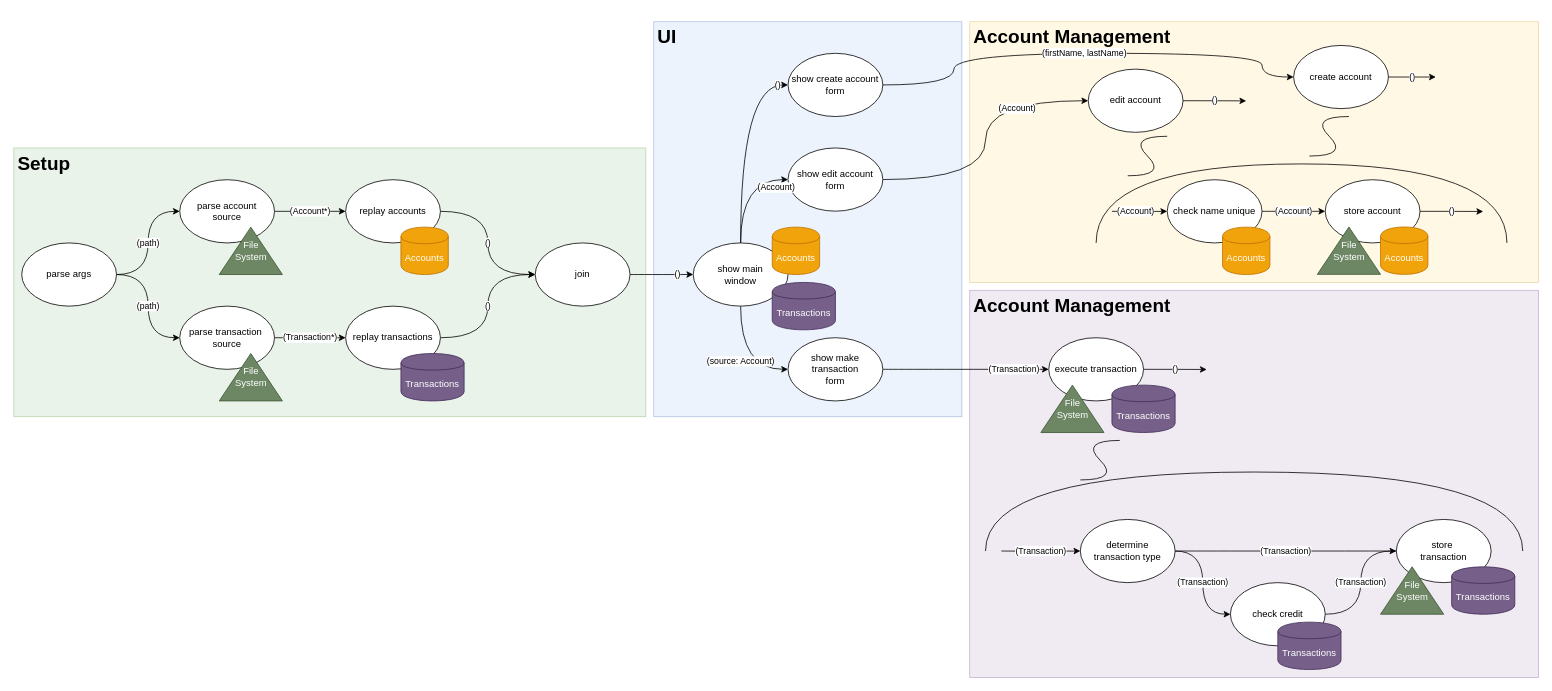
Before: ljw-client-flow-diagram.drawio in joshuaju/ljw-applications, a draw.io diagram. Source tidied: cells renumbered, new cells numbered last; positions are measured from the earlier drawing's top-left corner, leaving out a move shared by most shapes. Both pictures are drawn from the tidied source at 79%, with x=0, y=0 at pixel (13, 21).
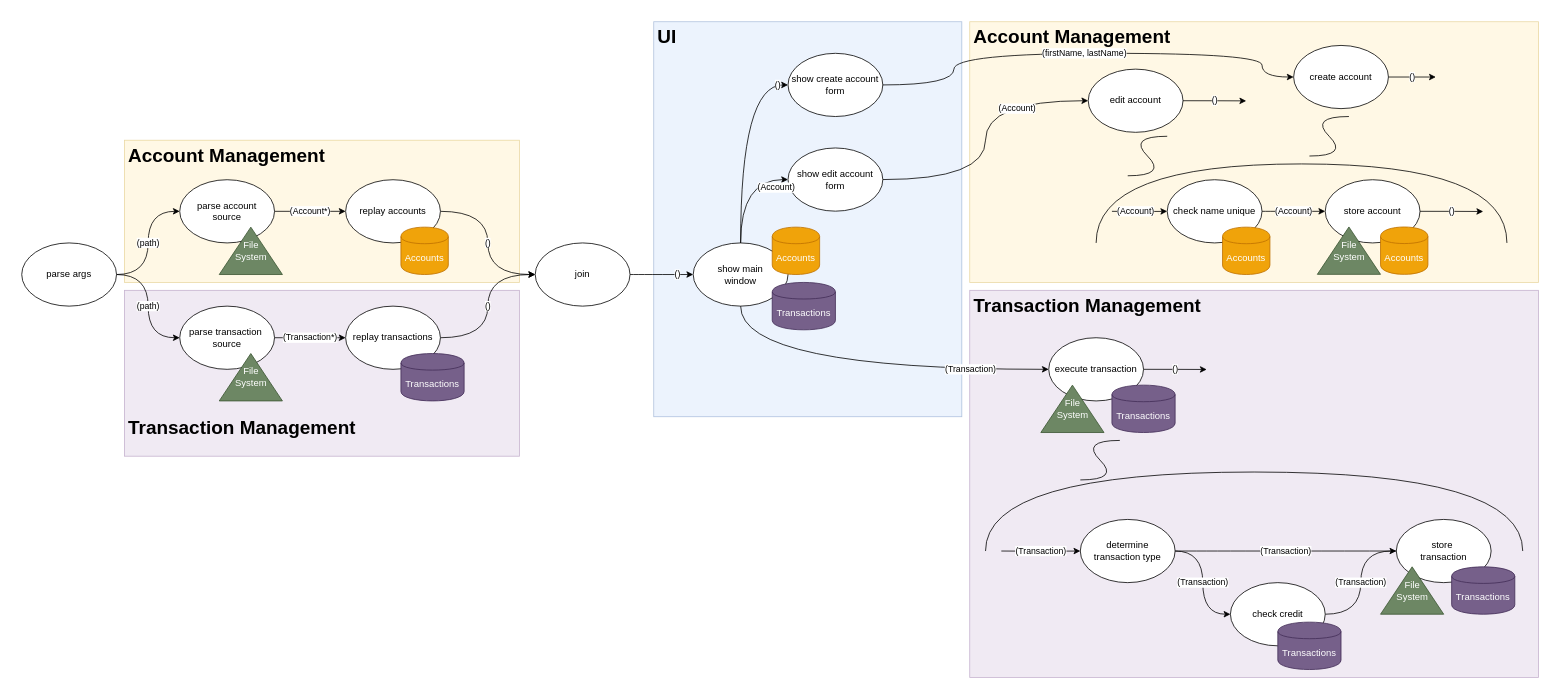
Above is the later version.

Unchanged cells that the change refers to:
```xml
<mxCell id="32" value="show main &lt;br&gt;window" style="ellipse;whiteSpace=wrap;html=1;" parent="1" vertex="1">
  <mxGeometry x="860" y="280" width="120" height="80" as="geometry" />
</mxCell>
<mxCell id="36" value="execute transaction" style="ellipse;whiteSpace=wrap;html=1;" parent="1" vertex="1">
  <mxGeometry x="1310" y="400" width="120" height="80" as="geometry" />
</mxCell>
```

Diff of the diagram source:
```diff
@@
+    <mxCell id="66" value="&lt;h1&gt;Account Management&lt;/h1&gt;" style="text;html=1;strokeColor=#d6b656;fillColor=#fff2cc;spacing=5;spacingTop=-20;whiteSpace=wrap;overflow=hidden;rounded=0;shadow=0;comic=0;opacity=50;" parent="1" vertex="1">
+      <mxGeometry x="140" y="150" width="500" height="180" as="geometry" />
+    </mxCell>
+    <mxCell id="67" value="&lt;h1&gt;Transaction Management&lt;/h1&gt;" style="text;html=1;strokeColor=#9673a6;fillColor=#e1d5e7;spacing=5;spacingTop=-20;whiteSpace=wrap;overflow=hidden;rounded=0;shadow=0;comic=0;opacity=50;labelPosition=center;verticalLabelPosition=middle;align=left;verticalAlign=bottom;" parent="1" vertex="1">
+      <mxGeometry x="140" y="340" width="500" height="210" as="geometry" />
+    </mxCell>
-    <mxCell id="2" value="&lt;h1&gt;Account Management&lt;/h1&gt;" style="text;html=1;strokeColor=#9673a6;fillColor=#e1d5e7;spacing=5;spacingTop=-20;whiteSpace=wrap;overflow=hidden;rounded=0;shadow=0;comic=0;opacity=50;" parent="1" vertex="1">
+    <mxCell id="2" value="&lt;h1&gt;Transaction Management&lt;/h1&gt;" style="text;html=1;strokeColor=#9673a6;fillColor=#e1d5e7;spacing=5;spacingTop=-20;whiteSpace=wrap;overflow=hidden;rounded=0;shadow=0;comic=0;opacity=50;" parent="1" vertex="1">
       <mxGeometry x="1210" y="340" width="720" height="490" as="geometry" />
     </mxCell>
-    <mxCell id="3" value="&lt;h1&gt;Setup&lt;/h1&gt;" style="text;html=1;strokeColor=#82b366;fillColor=#d5e8d4;spacing=5;spacingTop=-20;whiteSpace=wrap;overflow=hidden;rounded=0;shadow=0;comic=0;opacity=50;" parent="1" vertex="1">
-      <mxGeometry y="159.8" width="800" height="340.2" as="geometry" />
-    </mxCell>
@@
-    <mxCell id="31" value="(source: Account)" style="edgeStyle=orthogonalEdgeStyle;curved=1;rounded=0;jettySize=auto;html=1;exitX=0.5;exitY=1;exitDx=0;exitDy=0;entryX=0;entryY=0.5;entryDx=0;entryDy=0;" parent="1" edge="1" source="32" target="34">
-      <mxGeometry relative="1" as="geometry" />
-    </mxCell>
@@
-    <mxCell id="33" value="(Transaction)" style="edgeStyle=orthogonalEdgeStyle;curved=1;rounded=0;jettySize=auto;html=1;exitX=1;exitY=0.5;exitDx=0;exitDy=0;entryX=0;entryY=0.5;entryDx=0;entryDy=0;" parent="1" edge="1" source="34" target="36">
+    <mxCell id="33" value="(Transaction)" style="edgeStyle=orthogonalEdgeStyle;curved=1;rounded=0;jettySize=auto;html=1;exitX=0.5;exitY=1;exitDx=0;exitDy=0;entryX=0;entryY=0.5;entryDx=0;entryDy=0;" parent="1" edge="1" source="32" target="36">
       <mxGeometry x="0.58" relative="1" as="geometry" />
     </mxCell>
-    <mxCell id="34" value="show make transaction&lt;br&gt;form" style="ellipse;whiteSpace=wrap;html=1;" parent="1" vertex="1">
-      <mxGeometry x="980" y="400" width="120" height="80" as="geometry" />
-    </mxCell>
```
